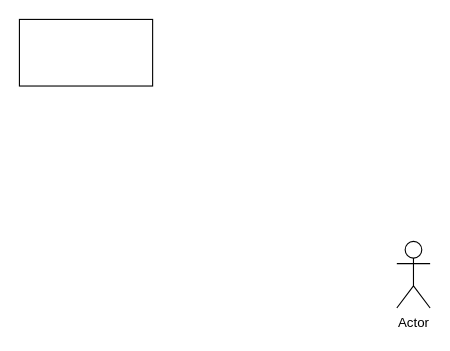
kristiandFrance/Characters-Enter-One-Leaves keeps this draw.io diagram as Multi-User-Collab.drawio. Above is the earlier version. Source tidied: cells renumbered, new cells numbered last; positions are measured from the earlier drawing's top-left corner, leaving out a move shared by most shapes. Both pictures are drawn from the tidied source at 111%, with x=0, y=0 at pixel (19, 19).
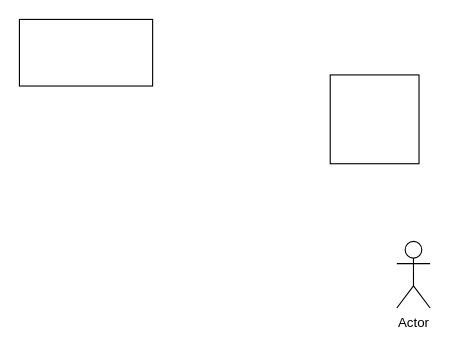
The same diagram, later.

What changed in the source:
```diff
@@
 <mxGraphModel>
   <root>
     <mxCell id="0" />
     <mxCell id="1" parent="0" />
+    <mxCell id="4" style="whiteSpace=wrap;html=1;" parent="1" vertex="1">
+      <mxGeometry x="280" y="50" width="80" height="80" as="geometry" />
+    </mxCell>
     <mxCell id="2" style="rounded=0;whiteSpace=wrap;html=1;" parent="1" vertex="1">
       <mxGeometry width="120" height="60" as="geometry" />
     </mxCell>
     <mxCell id="3" value="Actor" style="shape=umlActor;verticalLabelPosition=bottom;verticalAlign=top;html=1;" parent="1" vertex="1">
       <mxGeometry x="340" y="200" width="30" height="60" as="geometry" />
     </mxCell>
   </root>
 </mxGraphModel>
```
